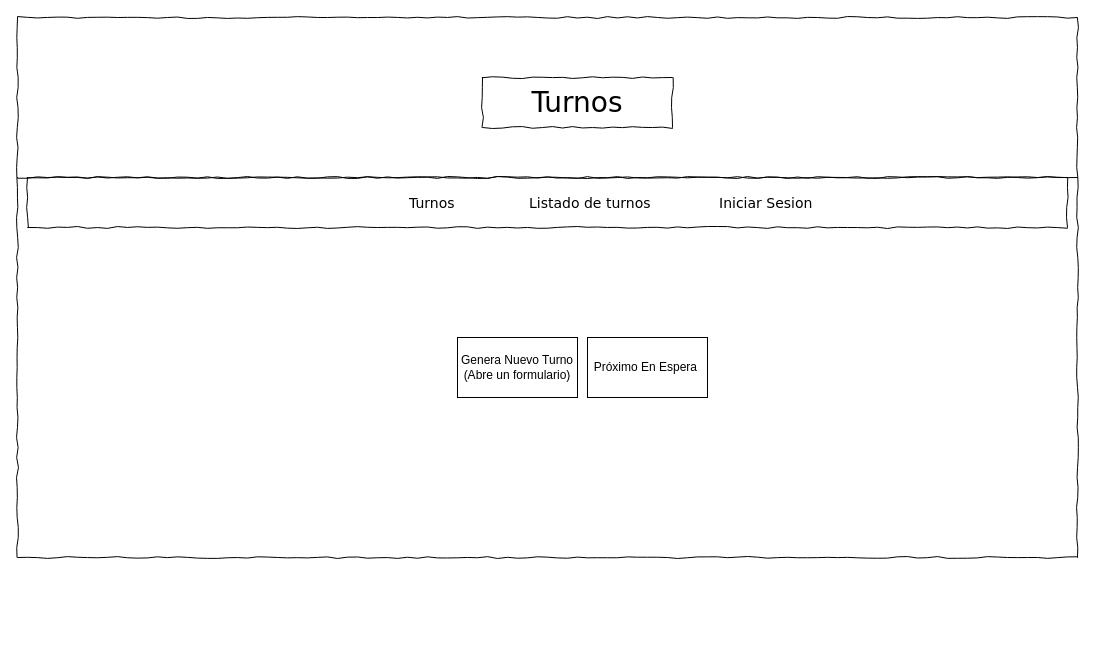
The draw.io diagram wireframes/VistaDeTurnos.drawio in FedericoFores/ProyectoTurnos, before the edit. Source tidied: cells renumbered, new cells numbered last; positions are measured from the earlier drawing's top-left corner, leaving out a move shared by most shapes. Both pictures are drawn from the tidied source at 100%, with x=0, y=0 at pixel (17, 17).
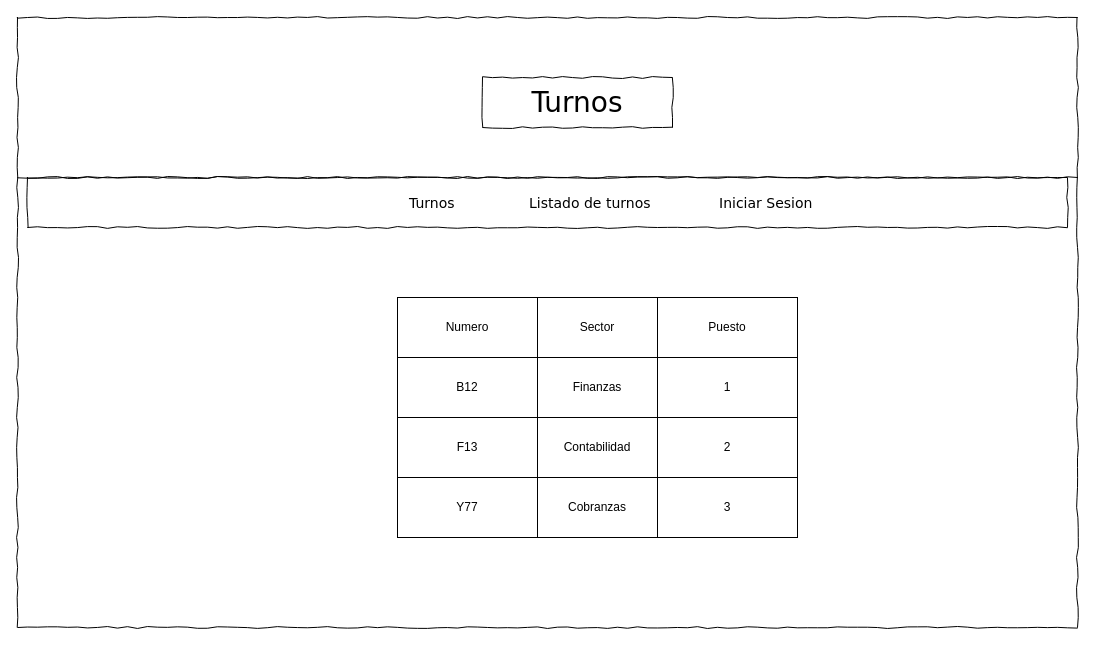
Above is the later version.

Change to the diagram source:
```diff
@@
     <mxCell id="2" style="whiteSpace=wrap;html=1;rounded=0;shadow=0;labelBackgroundColor=none;strokeColor=#000000;strokeWidth=1;fillColor=none;fontFamily=Verdana;fontSize=12;fontColor=#000000;align=center;comic=1;" parent="1" vertex="1">
-      <mxGeometry width="1060" height="540" as="geometry" />
+      <mxGeometry width="1060" height="610" as="geometry" />
     </mxCell>
@@
-    <mxCell id="9" value="Genera Nuevo Turno&lt;br&gt;(Abre un formulario)" style="rounded=0;whiteSpace=wrap;html=1;" parent="1" vertex="1">
-      <mxGeometry x="440" y="320" width="120" height="60" as="geometry" />
+    <mxCell id="9" value="Numero" style="rounded=0;whiteSpace=wrap;html=1;" parent="1" vertex="1">
+      <mxGeometry x="380" y="280" width="140" height="60" as="geometry" />
     </mxCell>
-    <mxCell id="10" value="Próximo En Espera&amp;nbsp;" style="rounded=0;whiteSpace=wrap;html=1;" parent="1" vertex="1">
-      <mxGeometry x="570" y="320" width="120" height="60" as="geometry" />
+    <mxCell id="10" value="Sector" style="rounded=0;whiteSpace=wrap;html=1;" parent="1" vertex="1">
+      <mxGeometry x="520" y="280" width="120" height="60" as="geometry" />
     </mxCell>
+    <mxCell id="11" value="Puesto" style="rounded=0;whiteSpace=wrap;html=1;" parent="1" vertex="1">
+      <mxGeometry x="640" y="280" width="140" height="60" as="geometry" />
+    </mxCell>
+    <mxCell id="12" value="B12" style="rounded=0;whiteSpace=wrap;html=1;" parent="1" vertex="1">
+      <mxGeometry x="380" y="340" width="140" height="60" as="geometry" />
+    </mxCell>
+    <mxCell id="13" value="Finanzas" style="rounded=0;whiteSpace=wrap;html=1;" parent="1" vertex="1">
+      <mxGeometry x="520" y="340" width="120" height="60" as="geometry" />
+    </mxCell>
+    <mxCell id="14" value="1" style="rounded=0;whiteSpace=wrap;html=1;" parent="1" vertex="1">
+      <mxGeometry x="640" y="340" width="140" height="60" as="geometry" />
+    </mxCell>
+    <mxCell id="15" value="F13" style="rounded=0;whiteSpace=wrap;html=1;" parent="1" vertex="1">
+      <mxGeometry x="380" y="400" width="140" height="60" as="geometry" />
+    </mxCell>
+    <mxCell id="16" value="Contabilidad" style="rounded=0;whiteSpace=wrap;html=1;" parent="1" vertex="1">
+      <mxGeometry x="520" y="400" width="120" height="60" as="geometry" />
+    </mxCell>
+    <mxCell id="17" value="2" style="rounded=0;whiteSpace=wrap;html=1;" parent="1" vertex="1">
+      <mxGeometry x="640" y="400" width="140" height="60" as="geometry" />
+    </mxCell>
+    <mxCell id="18" value="Y77" style="rounded=0;whiteSpace=wrap;html=1;" parent="1" vertex="1">
+      <mxGeometry x="380" y="460" width="140" height="60" as="geometry" />
+    </mxCell>
+    <mxCell id="19" value="Cobranzas" style="rounded=0;whiteSpace=wrap;html=1;" parent="1" vertex="1">
+      <mxGeometry x="520" y="460" width="120" height="60" as="geometry" />
+    </mxCell>
+    <mxCell id="20" value="3" style="rounded=0;whiteSpace=wrap;html=1;" parent="1" vertex="1">
+      <mxGeometry x="640" y="460" width="140" height="60" as="geometry" />
+    </mxCell>
```
